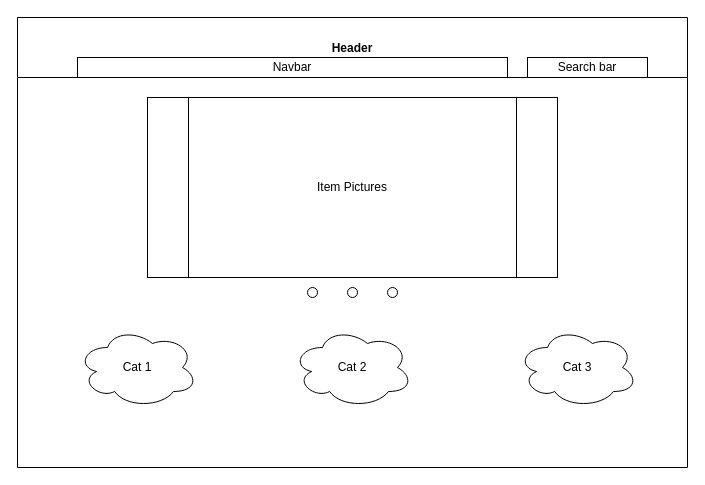
matt-draghi/phase-2-project keeps this draw.io diagram as home-wireframe.drawio. Above is the earlier version. Source tidied: cells renumbered, new cells numbered last; positions are measured from the earlier drawing's top-left corner, leaving out a move shared by most shapes. Both pictures are drawn from the tidied source at 100%, with x=0, y=0 at pixel (17, 17).
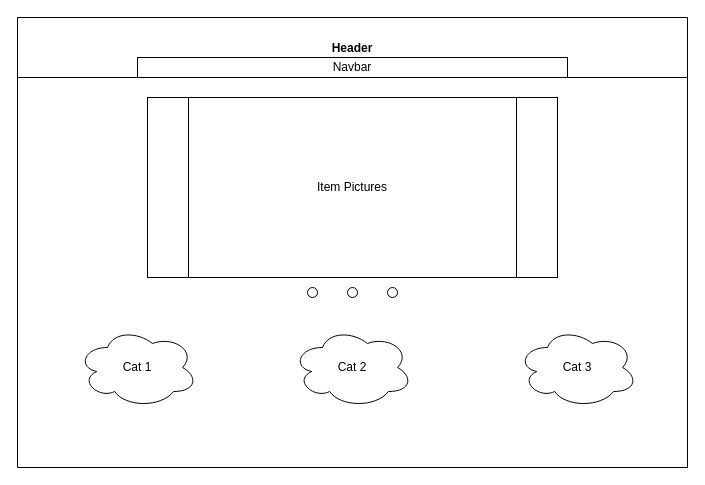
Above is the later version.

What changed in the source:
```diff
@@
 <mxGraphModel>
   <root>
     <mxCell id="0" />
     <mxCell id="1" parent="0" />
     <mxCell id="2" value="Header" style="swimlane;startSize=60;" parent="1" vertex="1">
       <mxGeometry width="670" height="450" as="geometry" />
     </mxCell>
     <mxCell id="3" value="Navbar" style="rounded=0;whiteSpace=wrap;html=1;" parent="2" vertex="1">
-      <mxGeometry x="60" y="40" width="430" height="20" as="geometry" />
+      <mxGeometry x="120" y="40" width="430" height="20" as="geometry" />
     </mxCell>
-    <mxCell id="4" value="Search bar" style="rounded=0;whiteSpace=wrap;html=1;" parent="2" vertex="1">
-      <mxGeometry x="510" y="40" width="120" height="20" as="geometry" />
-    </mxCell>
     <mxCell id="5" value="Item Pictures" style="shape=process;whiteSpace=wrap;html=1;backgroundOutline=1;" parent="2" vertex="1">
       <mxGeometry x="130" y="80" width="410" height="180" as="geometry" />
     </mxCell>
     <mxCell id="6" style="ellipse;whiteSpace=wrap;html=1;" parent="2" vertex="1">
       <mxGeometry x="330" y="270" width="10" height="10" as="geometry" />
     </mxCell>
     <mxCell id="7" style="ellipse;whiteSpace=wrap;html=1;" parent="2" vertex="1">
       <mxGeometry x="370" y="270" width="10" height="10" as="geometry" />
     </mxCell>
     <mxCell id="8" style="ellipse;whiteSpace=wrap;html=1;" parent="2" vertex="1">
       <mxGeometry x="290" y="270" width="10" height="10" as="geometry" />
     </mxCell>
     <mxCell id="9" value="Cat 1" style="ellipse;shape=cloud;whiteSpace=wrap;html=1;" parent="2" vertex="1">
       <mxGeometry x="60" y="310" width="120" height="80" as="geometry" />
     </mxCell>
     <mxCell id="10" value="Cat 2" style="ellipse;shape=cloud;whiteSpace=wrap;html=1;" parent="2" vertex="1">
       <mxGeometry x="275" y="310" width="120" height="80" as="geometry" />
     </mxCell>
     <mxCell id="11" value="Cat 3" style="ellipse;shape=cloud;whiteSpace=wrap;html=1;" parent="2" vertex="1">
       <mxGeometry x="500" y="310" width="120" height="80" as="geometry" />
     </mxCell>
   </root>
 </mxGraphModel>
```
